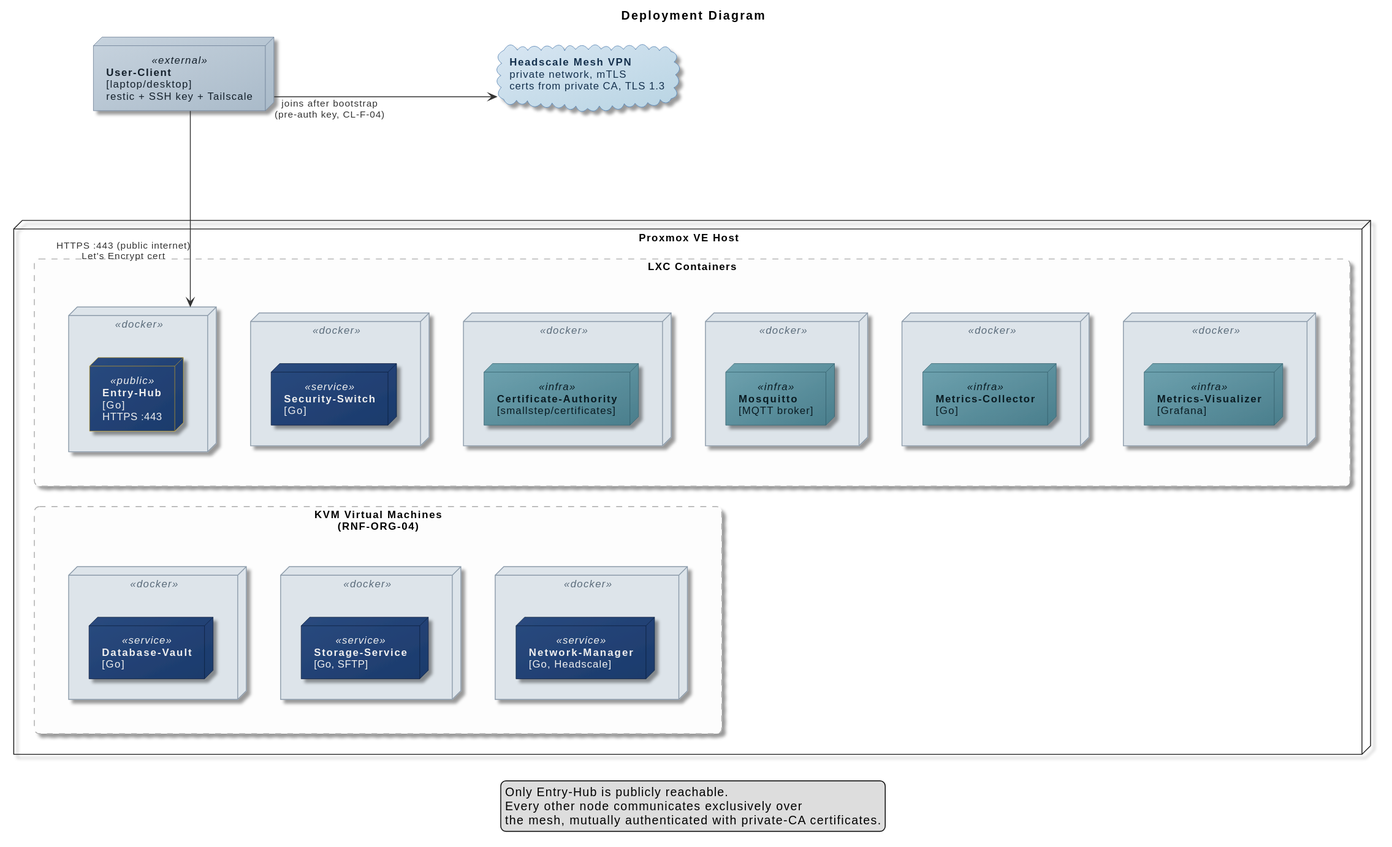
Above: docs/design/diagrams/rendered/02-architecture-deployment.svg in Verryx-02/RAM-USB (PlantUML), before the change. The source it was exported from:
```plantuml
@startuml
!include _style.puml

title Deployment Diagram

skinparam nodesep 30
skinparam ranksep 50
skinparam ArrowFontSize 11
skinparam roundCorner 12
skinparam linetype ortho

skinparam node<<public>> {
  BackgroundColor #2A4A7F/#1B3A6B
  BorderColor #C9A227
  LineThickness 2.5
  FontColor #F0F0F0
}
skinparam node<<external>> {
  BackgroundColor #C7D3DE/#A9BAC9
  BorderColor #5C7089
  FontColor #14202B
}
skinparam node<<docker>> {
  BackgroundColor #DDE4EA
  BorderColor #8C9BAA
  LineThickness 1
  FontColor #5A6B7A
}
skinparam cloud {
  BackgroundColor #D8E6F2/#B8D4E3
  BorderColor #3A6EA5
  FontColor #14304D
}

node "**User-Client**\n[laptop/desktop]\nrestic + SSH key + Tailscale" as UserClient <<external>>

cloud "**Headscale Mesh VPN**\nprivate network, mTLS\ncerts from private CA, TLS 1.3" as Mesh

rectangle "<color:white>X</color>\n<color:white>X</color>\n<color:white>X</color>" as VGap1 #line:transparent;back:transparent

rectangle "<color:white>______________________________________________________________________________________________________________________________________________</color>" as HGap1 #line:transparent;back:transparent

node "Proxmox VE Host" as Proxmox {

  rectangle "LXC Containers" as LXCGroup #line.dashed;line:AAAAAA;back:FDFDFD {
    together {
      node " " as EntryHubDocker <<docker>> {
        node "**Entry-Hub**\n[Go]\nHTTPS :443" as EntryHub <<public>>
      }
      node " " as SecuritySwitchDocker <<docker>> {
        node "**Security-Switch**\n[Go]" as SecuritySwitch <<service>>
      }
      node " " as CADocker <<docker>> {
        node "**Certificate-Authority**\n[smallstep/certificates]" as CA <<infra>>
      }
      node " " as MosquittoDocker <<docker>> {
        node "**Mosquitto**\n[MQTT broker]" as Mosquitto <<infra>>
      }
      node " " as MetricsCollectorDocker <<docker>> {
        node "**Metrics-Collector**\n[Go]" as MetricsCollector <<infra>>
      }
      node " " as GrafanaDocker <<docker>> {
        node "**Metrics-Visualizer**\n[Grafana]" as Grafana <<infra>>
      }
    }

    EntryHubDocker -[hidden]right- SecuritySwitchDocker
    SecuritySwitchDocker -[hidden]right- CADocker
    CADocker -[hidden]right- MosquittoDocker
    MosquittoDocker -[hidden]right- MetricsCollectorDocker
    MetricsCollectorDocker -[hidden]right- GrafanaDocker
  }

  rectangle "KVM Virtual Machines\n(RNF-ORG-04)" as KVMGroup #line.dashed;line:AAAAAA;back:FDFDFD {
    together {
      node " " as DatabaseVaultDocker <<docker>> {
        node "**Database-Vault**\n[Go]" as DatabaseVault <<service>>
      }
      node " " as StorageServiceDocker <<docker>> {
        node "**Storage-Service**\n[Go, SFTP]" as StorageService <<service>>
      }
      node " " as NetworkManagerDocker <<docker>> {
        node "**Network-Manager**\n[Go, Headscale]" as NetworkManager <<service>>
      }
    }

    DatabaseVaultDocker -[hidden]right- StorageServiceDocker
    StorageServiceDocker -[hidden]right- NetworkManagerDocker
  }

  EntryHubDocker -[hidden]down- DatabaseVaultDocker
}

UserClient -[hidden]down- VGap1
UserClient -[hidden]down- VGap1
VGap1 -[hidden]down- EntryHubDocker
VGap1 -[hidden]down- EntryHubDocker
Mesh -[hidden]down- VGap1

UserClient -[hidden]right- HGap1
HGap1 -[hidden]right- Mesh

UserClient -right-> Mesh : joins after bootstrap\n(pre-auth key, CL-F-04)
UserClient -down-> EntryHubDocker : HTTPS :443 (public internet)\nLet's Encrypt cert

legend
  Only Entry-Hub is publicly reachable.
  Every other node communicates exclusively over
  the mesh, mutually authenticated with private-CA certificates.
end legend
@enduml
```
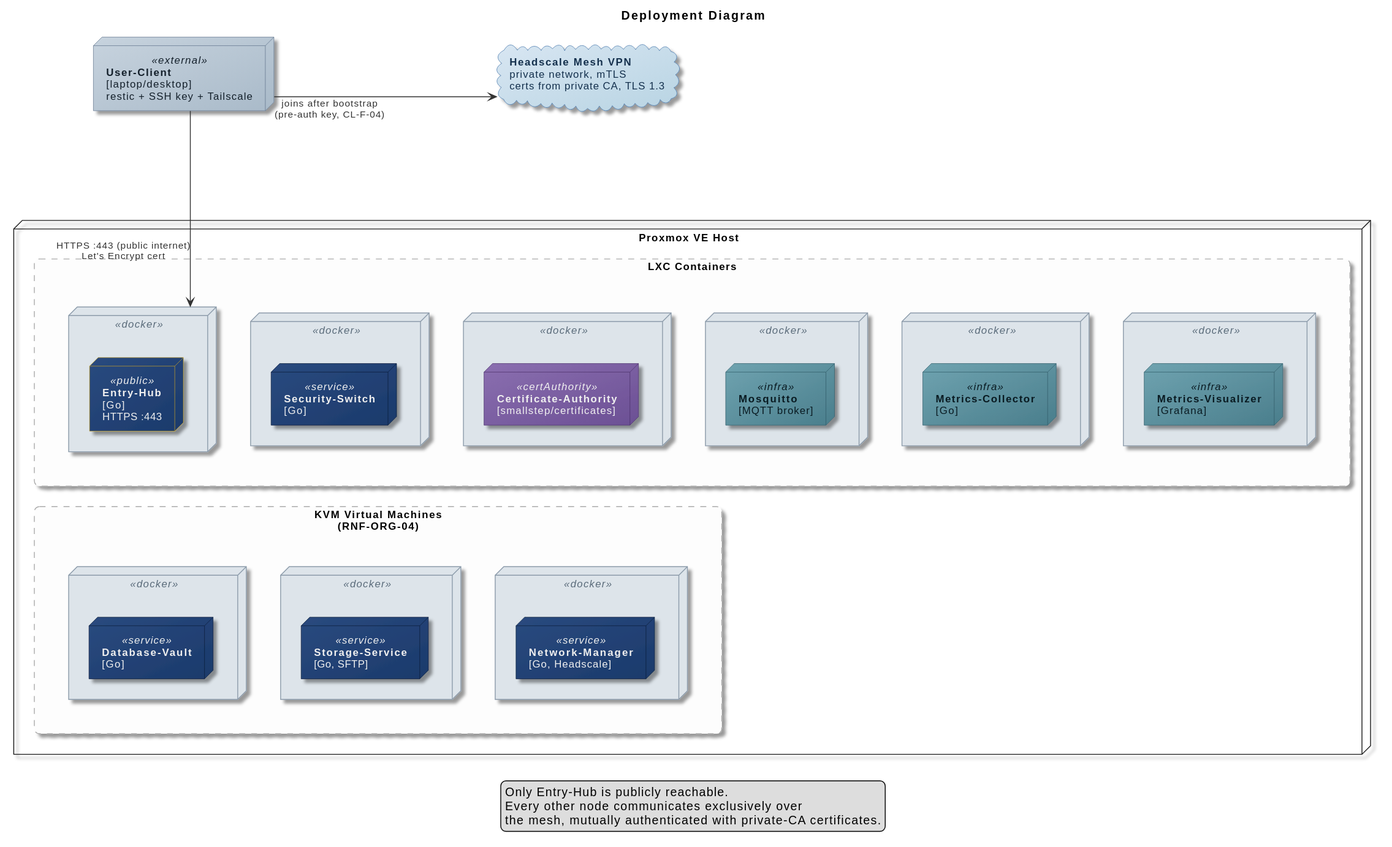
The same file after the commit.

Commit message:
fix(project): give Certificate-Authority a dedicated stereotype distinct from monitoring infrastructure

Change to the diagram source:
```diff
@@ -51,7 +51,7 @@
         node "**Security-Switch**\n[Go]" as SecuritySwitch <<service>>
       }
       node " " as CADocker <<docker>> {
-        node "**Certificate-Authority**\n[smallstep/certificates]" as CA <<infra>>
+        node "**Certificate-Authority**\n[smallstep/certificates]" as CA <<certAuthority>>
       }
       node " " as MosquittoDocker <<docker>> {
         node "**Mosquitto**\n[MQTT broker]" as Mosquitto <<infra>>
```
